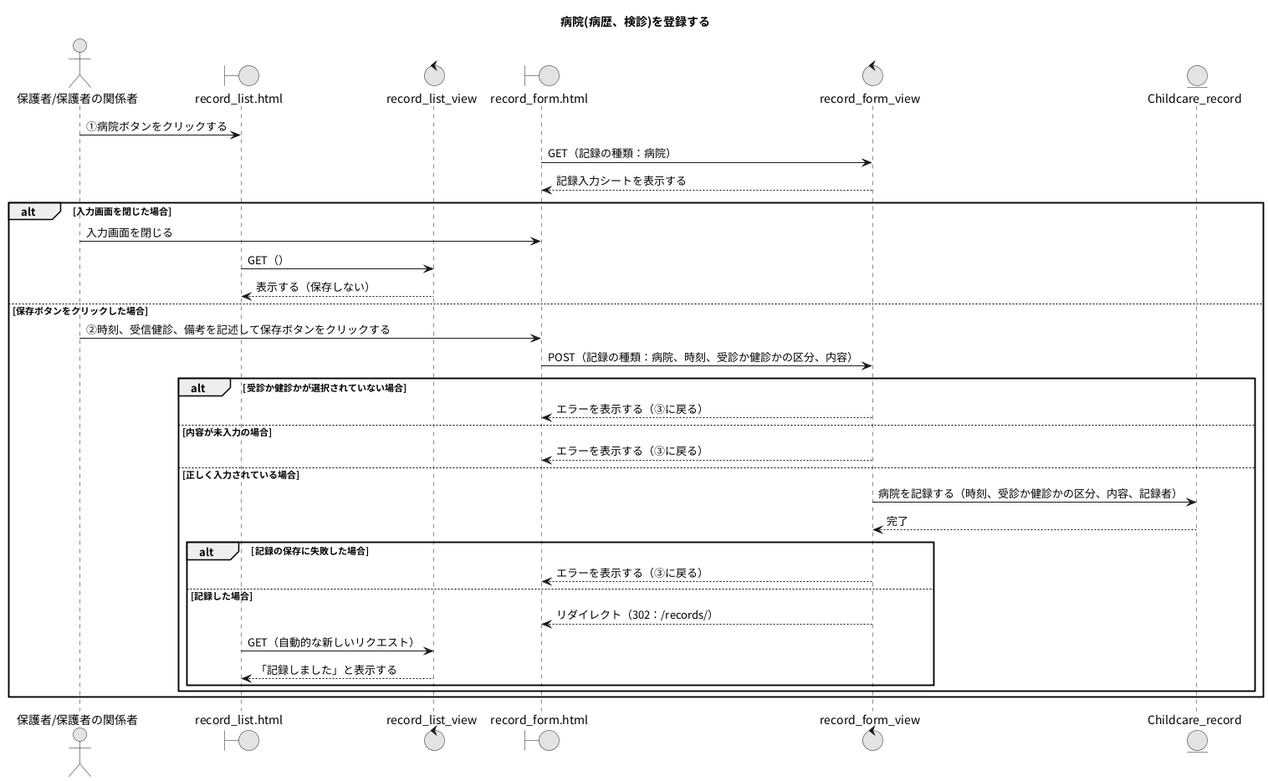
The PlantUML diagram PNG/29_病院(病歴、検診)を登録する.png in Ma2naga190330/26_sotugyou_puml, before a commit. Source of this version:
```plantuml
@startuml
title 病院(病歴、検診)を登録する
skinparam defaultFontName "Noto Sans CJK JP"
skinparam monochrome true

actor "保護者/保護者の関係者" as A
boundary "record_list.html" as RLP
control "record_list_view" as RLV
boundary "record_form.html" as RFP
control "record_form_view" as RFV
entity "Childcare_record" as CRM

A -> RLP : ①病院ボタンをクリックする
RFP -> RFV : GET（記録の種類：病院）
RFV --> RFP : 記録入力シートを表示する

alt 入力画面を閉じた場合
  A -> RFP : 入力画面を閉じる
  RLP -> RLV : GET（）
  RLV --> RLP : 表示する（保存しない）
else 保存ボタンをクリックした場合
  A -> RFP : ②時刻、受信健診、備考を記述して保存ボタンをクリックする
  RFP -> RFV : POST（記録の種類：病院、時刻、受診か健診かの区分、内容）
  alt 受診か健診かが選択されていない場合
    RFV --> RFP : エラーを表示する（③に戻る）
  else 内容が未入力の場合
    RFV --> RFP : エラーを表示する（③に戻る）
  else 正しく入力されている場合
    RFV -> CRM : 病院を記録する（時刻、受診か健診かの区分、内容、記録者）
    RFV <-- CRM : 完了
    alt 記録の保存に失敗した場合
      RFV --> RFP : エラーを表示する（③に戻る）
    else 記録した場合
      RFV --> RFP : リダイレクト（302：/records/）
      RLP -> RLV : GET（自動的な新しいリクエスト）
      RLV --> RLP : 「記録しました」と表示する
    end
  end
end
@enduml
```
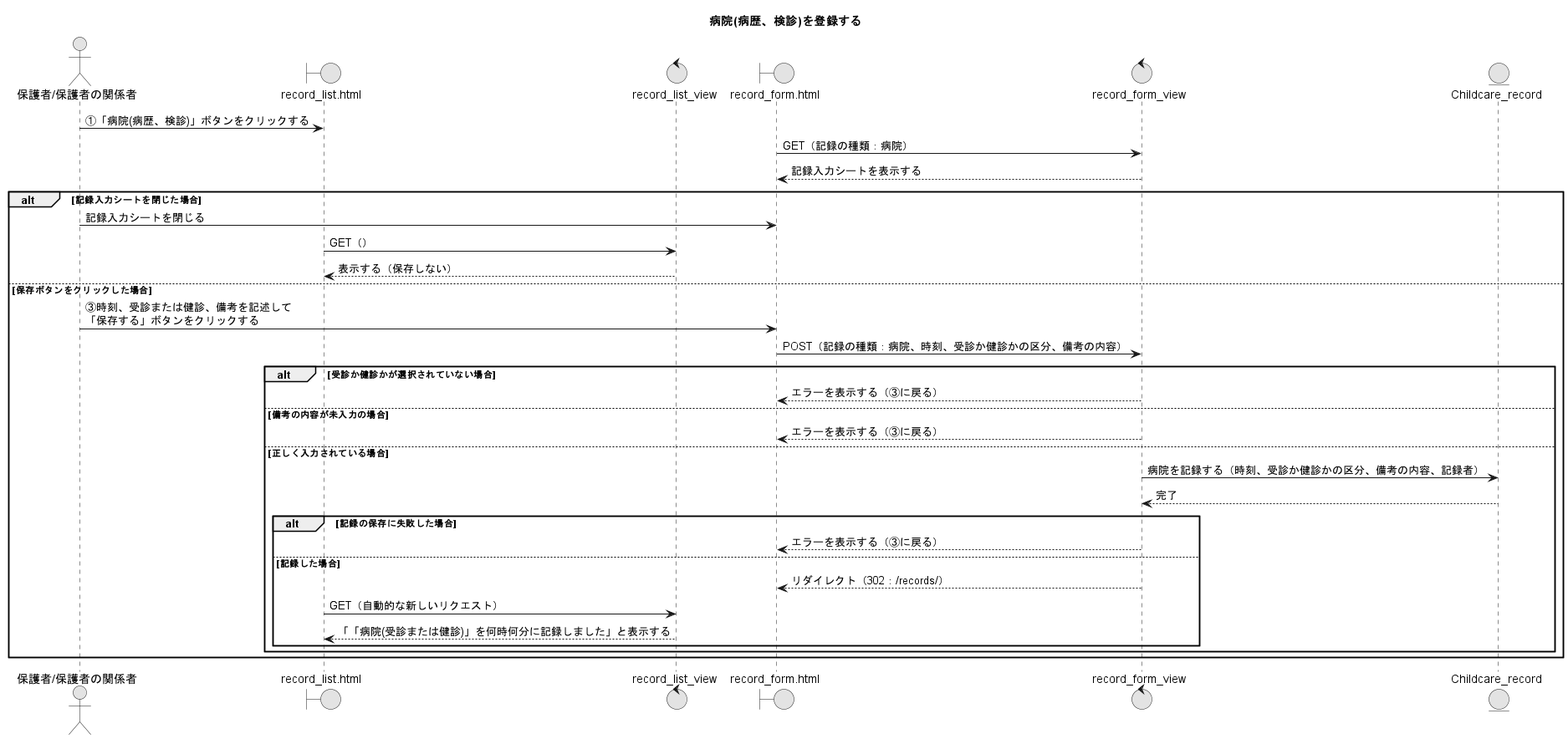
Later version of the same file.

Diff of the diagram source:
```diff
@@ -10,30 +10,30 @@
 control "record_form_view" as RFV
 entity "Childcare_record" as CRM
 
-A -> RLP : ①病院ボタンをクリックする
+A -> RLP : ①「病院(病歴、検診)」ボタンをクリックする
 RFP -> RFV : GET（記録の種類：病院）
 RFV --> RFP : 記録入力シートを表示する
 
-alt 入力画面を閉じた場合
-  A -> RFP : 入力画面を閉じる
+alt 記録入力シートを閉じた場合
+  A -> RFP : 記録入力シートを閉じる
   RLP -> RLV : GET（）
   RLV --> RLP : 表示する（保存しない）
 else 保存ボタンをクリックした場合
-  A -> RFP : ②時刻、受信健診、備考を記述して保存ボタンをクリックする
-  RFP -> RFV : POST（記録の種類：病院、時刻、受診か健診かの区分、内容）
+  A -> RFP : ③時刻、受診または健診、備考を記述して\n「保存する」ボタンをクリックする
+  RFP -> RFV : POST（記録の種類：病院、時刻、受診か健診かの区分、備考の内容）
   alt 受診か健診かが選択されていない場合
     RFV --> RFP : エラーを表示する（③に戻る）
-  else 内容が未入力の場合
+  else 備考の内容が未入力の場合
     RFV --> RFP : エラーを表示する（③に戻る）
   else 正しく入力されている場合
-    RFV -> CRM : 病院を記録する（時刻、受診か健診かの区分、内容、記録者）
+    RFV -> CRM : 病院を記録する（時刻、受診か健診かの区分、備考の内容、記録者）
     RFV <-- CRM : 完了
     alt 記録の保存に失敗した場合
       RFV --> RFP : エラーを表示する（③に戻る）
     else 記録した場合
       RFV --> RFP : リダイレクト（302：/records/）
       RLP -> RLV : GET（自動的な新しいリクエスト）
-      RLV --> RLP : 「記録しました」と表示する
+      RLV --> RLP : 「「病院(受診または健診)」を何時何分に記録しました」と表示する
     end
   end
 end
```
